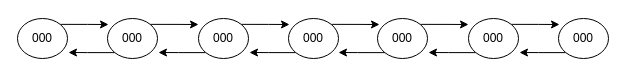
CherryPichu/Elevator_Controller keeps this draw.io diagram as 순차논리회로/3비트 기억소자 설계도.drawio. Above is the earlier version. Source tidied: cells renumbered, new cells numbered last; positions are measured from the earlier drawing's top-left corner, leaving out a move shared by most shapes. Both pictures are drawn from the tidied source at 100%, with x=0, y=0 at pixel (17, 18).
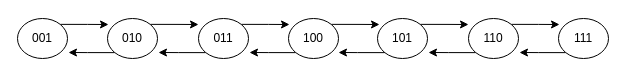
After the change.

Commit message (it also covers changes not shown here):
Update 3비트 기억소자 설계도.drawio

Diff of the diagram source:
```diff
@@
-    <mxCell id="3" value="000" style="ellipse;whiteSpace=wrap;html=1;" parent="1" vertex="1">
+    <mxCell id="3" value="001" style="ellipse;whiteSpace=wrap;html=1;" parent="1" vertex="1">
       <mxGeometry width="50" height="40" as="geometry" />
     </mxCell>
@@
-    <mxCell id="6" value="000" style="ellipse;whiteSpace=wrap;html=1;" parent="1" vertex="1">
+    <mxCell id="6" value="010" style="ellipse;whiteSpace=wrap;html=1;" parent="1" vertex="1">
       <mxGeometry x="90" width="50" height="40" as="geometry" />
     </mxCell>
@@
-    <mxCell id="9" value="000" style="ellipse;whiteSpace=wrap;html=1;" parent="1" vertex="1">
+    <mxCell id="9" value="011" style="ellipse;whiteSpace=wrap;html=1;" parent="1" vertex="1">
       <mxGeometry x="181" width="50" height="40" as="geometry" />
     </mxCell>
@@
-    <mxCell id="12" value="000" style="ellipse;whiteSpace=wrap;html=1;" parent="1" vertex="1">
+    <mxCell id="12" value="100" style="ellipse;whiteSpace=wrap;html=1;" parent="1" vertex="1">
       <mxGeometry x="271" width="50" height="40" as="geometry" />
     </mxCell>
@@
-    <mxCell id="14" value="000" style="ellipse;whiteSpace=wrap;html=1;" parent="1" vertex="1">
+    <mxCell id="14" value="101" style="ellipse;whiteSpace=wrap;html=1;" parent="1" vertex="1">
       <mxGeometry x="360" width="50" height="40" as="geometry" />
     </mxCell>
@@
-    <mxCell id="17" value="000" style="ellipse;whiteSpace=wrap;html=1;" parent="1" vertex="1">
+    <mxCell id="17" value="110" style="ellipse;whiteSpace=wrap;html=1;" parent="1" vertex="1">
       <mxGeometry x="451" width="50" height="40" as="geometry" />
     </mxCell>
@@
-    <mxCell id="19" value="000" style="ellipse;whiteSpace=wrap;html=1;" parent="1" vertex="1">
+    <mxCell id="19" value="111" style="ellipse;whiteSpace=wrap;html=1;" parent="1" vertex="1">
       <mxGeometry x="541" width="50" height="40" as="geometry" />
     </mxCell>
```
